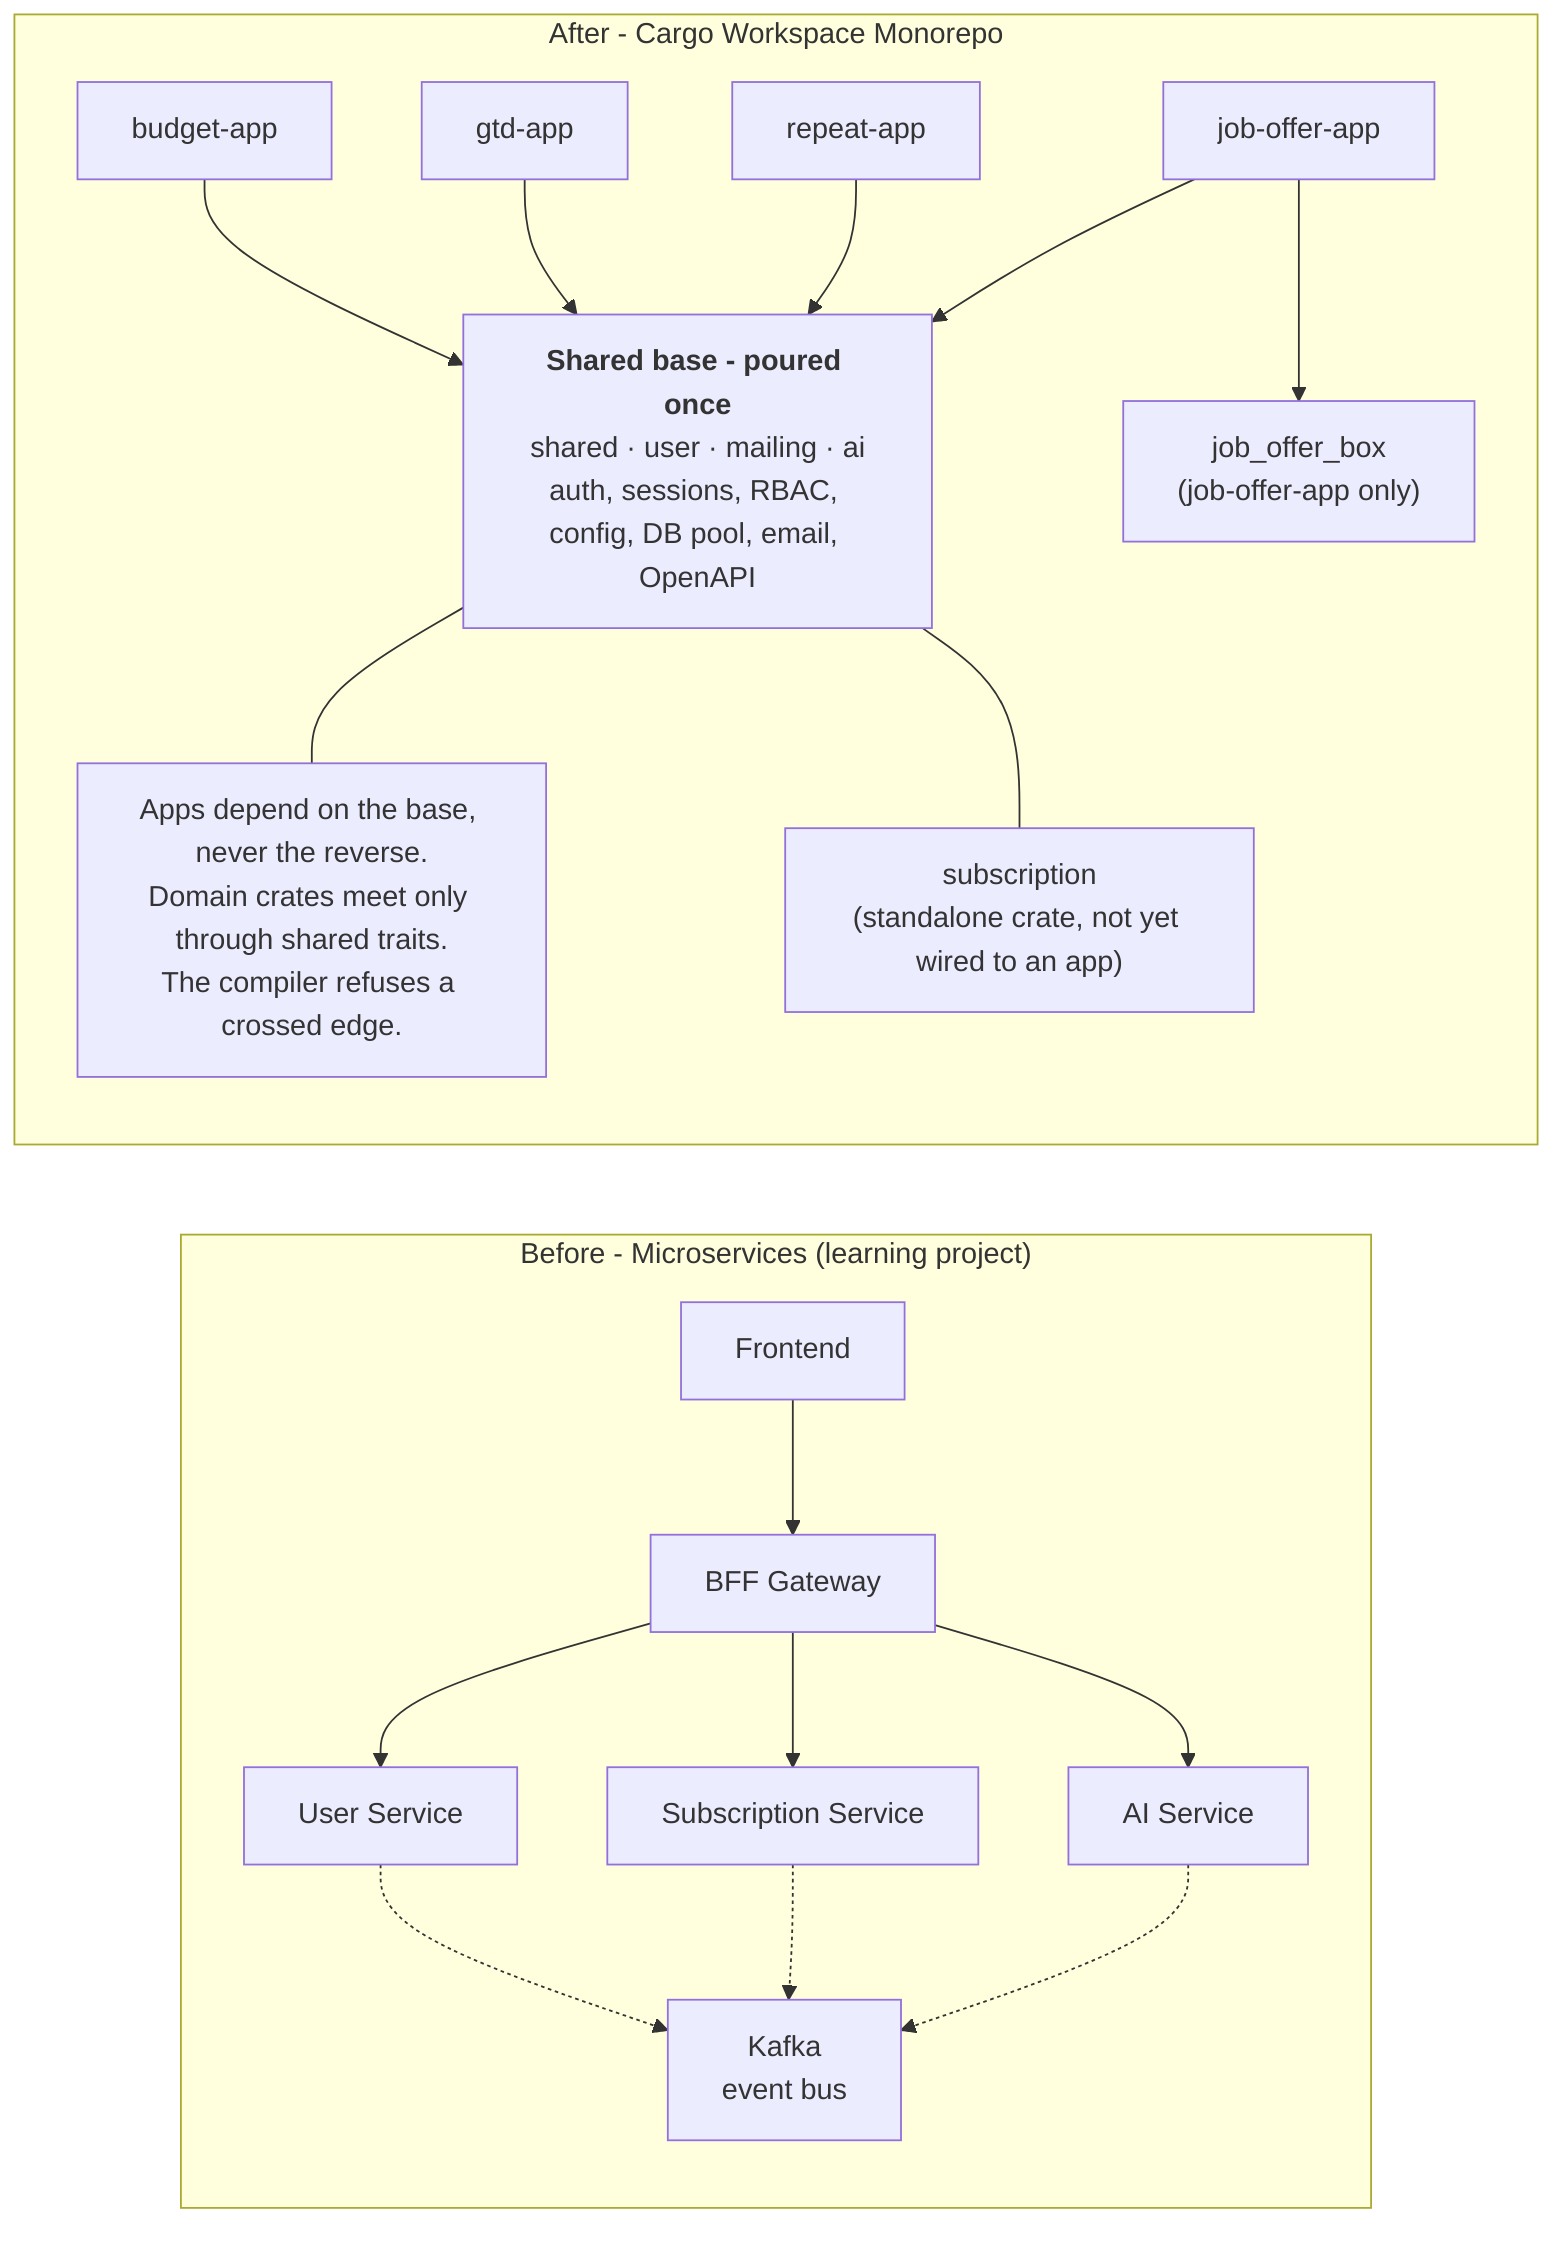
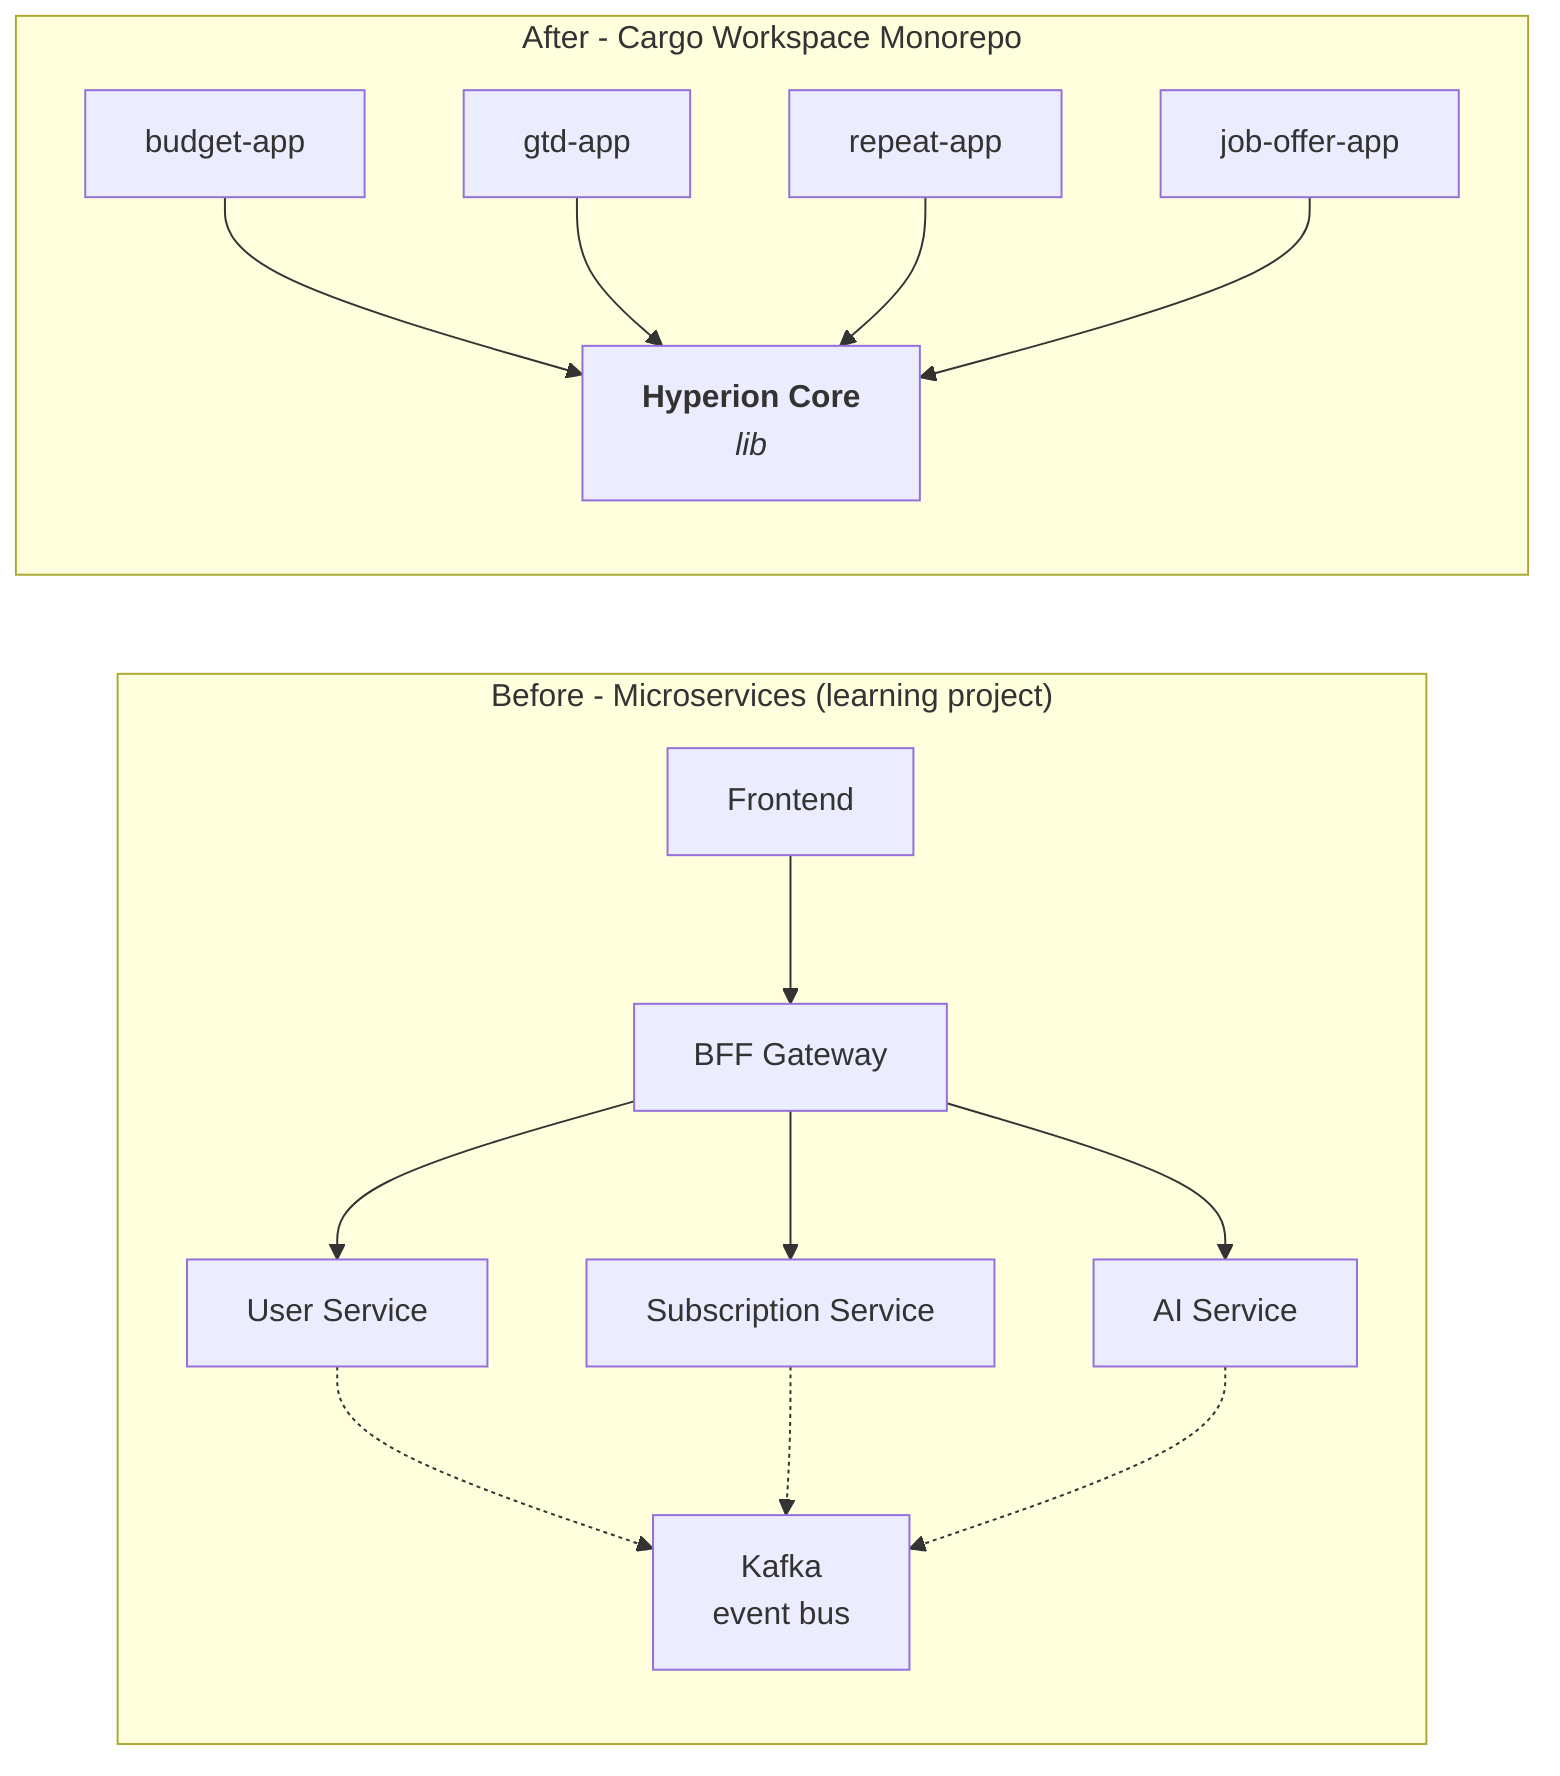
flowchart LR
  subgraph before["Before - Microservices (learning project)"]
    fe["Frontend"]
    gw["BFF Gateway"]
    us["User Service"]
    ss["Subscription Service"]
    ais["AI Service"]
    kafka["Kafka<br/>event bus"]
    fe --> gw
    gw --> us
    gw --> ss
    gw --> ais
    us -.-> kafka
    ss -.-> kafka
    ais -.-> kafka
  end

  subgraph after["After - Cargo Workspace Monorepo"]
    BA["budget-app"]
    GTD["gtd-app"]
    REPEAT["repeat-app"]
    JOB["job-offer-app"]
-     base["<b>Shared base - poured once</b><br/>shared · user · mailing · ai<br/>auth, sessions, RBAC, config, DB pool, email, OpenAPI"]
-     jobbox["job_offer_box<br/>(job-offer-app only)"]
-     sub["subscription<br/>(standalone crate, not yet wired to an app)"]
+     base["<b>Hyperion Core</b><br/><i>lib</i>"]
    BA --> base
    GTD --> base
    REPEAT --> base
    JOB --> base
-     JOB --> jobbox
-     rule["Apps depend on the base, never the reverse.<br/>Domain crates meet only through shared traits.<br/>The compiler refuses a crossed edge."]
-     base --- rule
-     base --- sub
  end

  %% Roles only. Colours are resolved per theme (light + dark) by
  %% scripts/prerender-mermaid.ts - the diagram presentation seam. Do not add
  %% classDef/style colour literals here; a role with no palette entry throws.
  class fe,gw gate
  class us,ss,ais build
  class kafka loop
  class BA,GTD,REPEAT,JOB build
  class base plan
-   class jobbox audit
-   class sub sink
-   class rule verify
